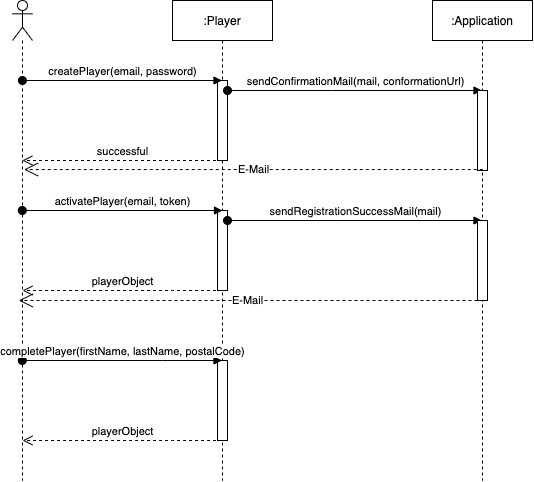
Before: doku/6_1_registration.drawio.png, a diagram exported from draw.io (Skanky0815/playtime). Source tidied: cells renumbered, new cells last; positions are measured from the earlier drawing's top-left corner, leaving out a move shared by most shapes.
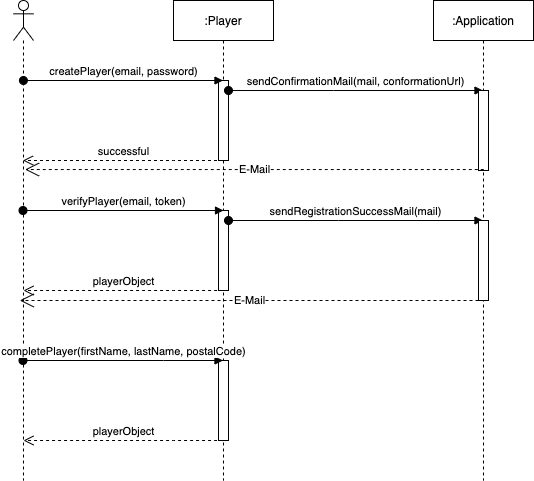
The same file after the commit.

Change to the diagram source:
```diff
@@ -40,7 +40,7 @@
     <mxCell id="10" value=":Application" style="shape=umlLifeline;perimeter=lifelinePerimeter;whiteSpace=wrap;html=1;outlineConnect=0;" parent="1" vertex="1">
       <mxGeometry x="420" width="100" height="480" as="geometry" />
     </mxCell>
-    <mxCell id="11" value="activatePlayer(email, token)" style="html=1;verticalAlign=bottom;startArrow=oval;startFill=1;endArrow=block;startSize=8;rounded=0;" parent="1" edge="1" source="2">
+    <mxCell id="11" value="verifyPlayer(email, token)" style="html=1;verticalAlign=bottom;startArrow=oval;startFill=1;endArrow=block;startSize=8;rounded=0;" parent="1" edge="1" source="2">
       <mxGeometry relative="1" as="geometry">
         <mxPoint x="210" y="210" as="targetPoint" />
       </mxGeometry>
```
